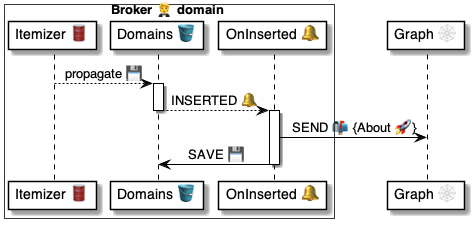
pollyweb-org/pollyweb-docs keeps this PlantUML diagram as 4 ⚙️ Solution/20 🧑‍🦰 UI/Brokers 🤵/🤵🪣 Broker tables/Domains 👥 table/🪣🧱 1 Inserted 🔔 event/🤵 OnDomainInserted ⚙️ uml.png. Above is the earlier version. Its source is kept beside it as 4 ⚙️ Solution/20 🧑‍🦰 UI/Brokers 🤵/🤵🪣 Broker tables/Domains 👥 table/🪣🧱 1 Inserted 🔔 event/🤵 OnDomainInserted ⚙️ uml.puml.
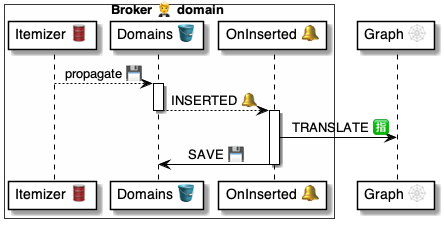
After the change.

Change to the diagram source:
```diff
@@ -15,7 +15,7 @@
 deactivate table
 
 activate handler
-    handler -> graph: SEND 📬 {About 🚀}
+    handler -> graph: TRANSLATE 🈯
     handler -> table: SAVE 💾
 deactivate handler
 
```
